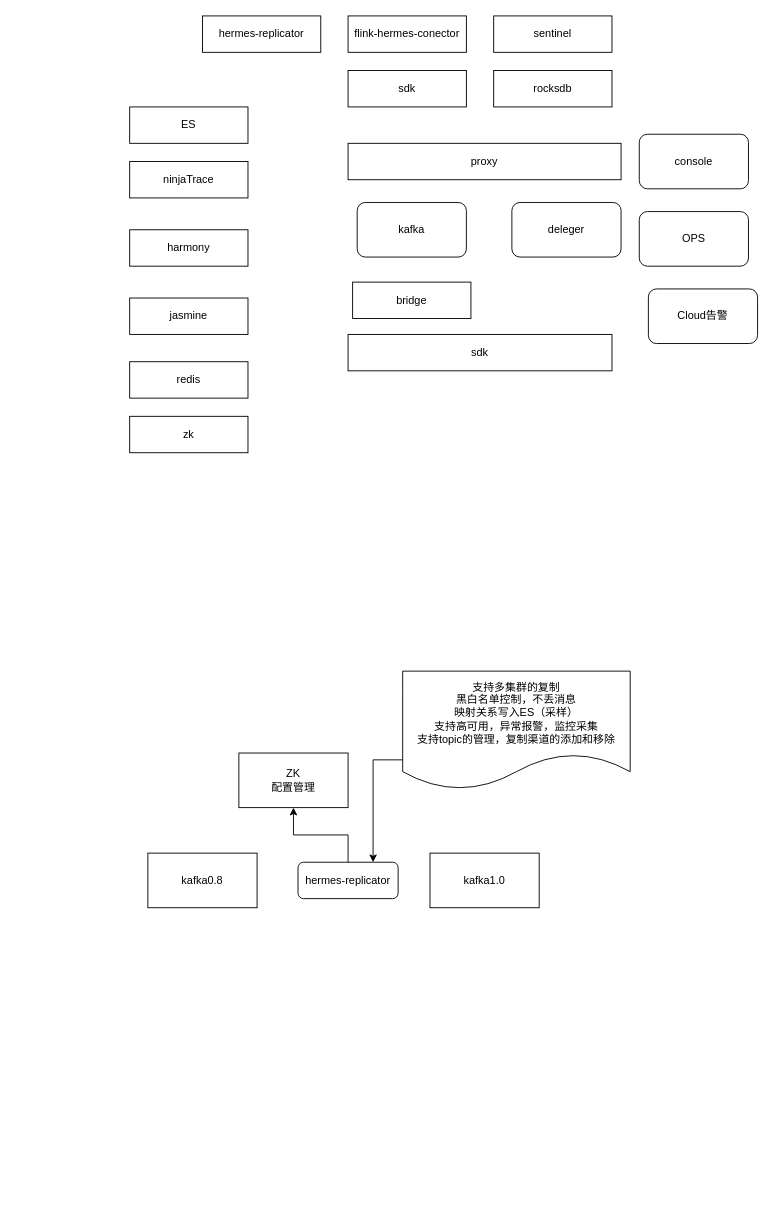
Earlier version of the draw.io diagram hermes.drawio (MihirrajDixit/drawio). Source tidied: cells renumbered, new cells numbered last; positions are measured from the earlier drawing's top-left corner, leaving out a move shared by most shapes. Both pictures are drawn from the tidied source at 91%, with x=0, y=0 at pixel (129, 15).
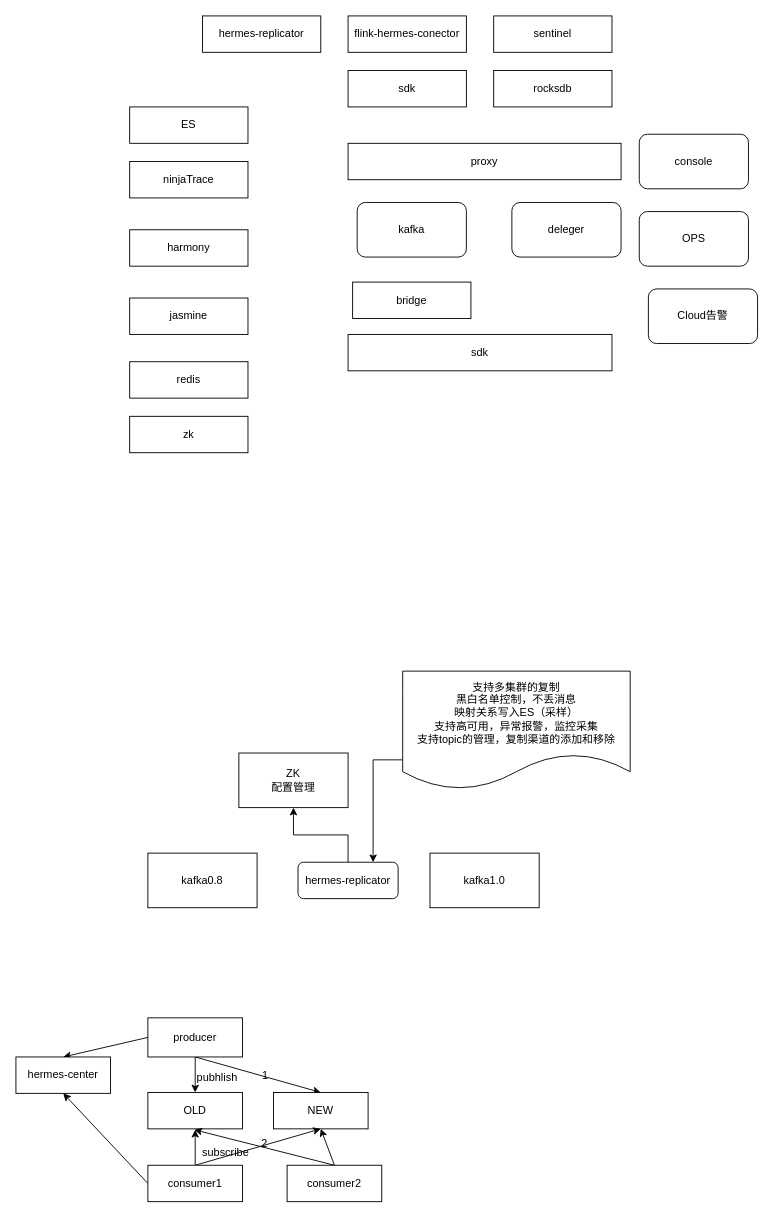
After the change.

Change to the diagram source:
```diff
@@
+    <mxCell id="28" style="edgeStyle=orthogonalEdgeStyle;rounded=0;jettySize=auto;html=1;exitX=0.5;exitY=1;exitDx=0;exitDy=0;entryX=0.5;entryY=0;entryDx=0;entryDy=0;" parent="1" edge="1" source="31" target="32">
+      <mxGeometry relative="1" as="geometry" />
+    </mxCell>
+    <mxCell id="29" style="edgeStyle=none;rounded=0;jettySize=auto;html=1;exitX=0.5;exitY=1;exitDx=0;exitDy=0;entryX=0.5;entryY=0;entryDx=0;entryDy=0;" parent="1" edge="1" source="31" target="33">
+      <mxGeometry relative="1" as="geometry" />
+    </mxCell>
+    <mxCell id="30" style="edgeStyle=none;rounded=0;jettySize=auto;html=1;exitX=0;exitY=0.5;exitDx=0;exitDy=0;entryX=0.5;entryY=0;entryDx=0;entryDy=0;" parent="1" edge="1" source="31" target="45">
+      <mxGeometry relative="1" as="geometry" />
+    </mxCell>
+    <mxCell id="31" value="producer" style="rounded=0;whiteSpace=wrap;html=1;" parent="1" vertex="1">
+      <mxGeometry x="20" y="1101" width="104" height="43" as="geometry" />
+    </mxCell>
+    <mxCell id="32" value="OLD" style="rounded=0;whiteSpace=wrap;html=1;" parent="1" vertex="1">
+      <mxGeometry x="20" y="1183" width="104" height="40" as="geometry" />
+    </mxCell>
+    <mxCell id="33" value="NEW" style="rounded=0;whiteSpace=wrap;html=1;" parent="1" vertex="1">
+      <mxGeometry x="158" y="1183" width="104" height="40" as="geometry" />
+    </mxCell>
+    <mxCell id="34" style="edgeStyle=orthogonalEdgeStyle;rounded=0;jettySize=auto;html=1;exitX=0.5;exitY=0;exitDx=0;exitDy=0;entryX=0.5;entryY=0;entryDx=0;entryDy=0;" parent="1" edge="1" source="37">
+      <mxGeometry relative="1" as="geometry">
+        <mxPoint x="72" y="1224" as="targetPoint" />
+      </mxGeometry>
+    </mxCell>
+    <mxCell id="35" style="edgeStyle=none;rounded=0;jettySize=auto;html=1;exitX=0.5;exitY=0;exitDx=0;exitDy=0;entryX=0.5;entryY=1;entryDx=0;entryDy=0;" parent="1" edge="1" source="37" target="33">
+      <mxGeometry relative="1" as="geometry" />
+    </mxCell>
+    <mxCell id="36" style="edgeStyle=none;rounded=0;jettySize=auto;html=1;exitX=0;exitY=0.5;exitDx=0;exitDy=0;entryX=0.5;entryY=1;entryDx=0;entryDy=0;" parent="1" edge="1" source="37" target="45">
+      <mxGeometry relative="1" as="geometry" />
+    </mxCell>
+    <mxCell id="37" value="consumer1" style="rounded=0;whiteSpace=wrap;html=1;" parent="1" vertex="1">
+      <mxGeometry x="20" y="1263" width="104" height="40" as="geometry" />
+    </mxCell>
+    <mxCell id="38" value="pubhlish" style="text;html=1;align=left;verticalAlign=top;spacingTop=-4;" parent="1" vertex="1">
+      <mxGeometry x="72" y="1156.5" width="55" height="14" as="geometry" />
+    </mxCell>
+    <mxCell id="39" value="subscribe" style="text;html=1;align=left;verticalAlign=top;spacingTop=-4;" parent="1" vertex="1">
+      <mxGeometry x="78" y="1239" width="61" height="14" as="geometry" />
+    </mxCell>
+    <mxCell id="40" value="1" style="text;html=1;align=left;verticalAlign=top;spacingTop=-4;" parent="1" vertex="1">
+      <mxGeometry x="144" y="1155" width="17" height="14" as="geometry" />
+    </mxCell>
+    <mxCell id="41" value="2" style="text;html=1;align=left;verticalAlign=top;spacingTop=-4;" parent="1" vertex="1">
+      <mxGeometry x="143" y="1229" width="17" height="14" as="geometry" />
+    </mxCell>
+    <mxCell id="42" style="edgeStyle=none;rounded=0;jettySize=auto;html=1;exitX=0.5;exitY=0;exitDx=0;exitDy=0;exitPerimeter=0;" parent="1" edge="1" source="44">
+      <mxGeometry relative="1" as="geometry">
+        <mxPoint x="71" y="1224" as="targetPoint" />
+      </mxGeometry>
+    </mxCell>
+    <mxCell id="43" style="edgeStyle=none;rounded=0;jettySize=auto;html=1;exitX=0.5;exitY=0;exitDx=0;exitDy=0;entryX=0.5;entryY=1;entryDx=0;entryDy=0;" parent="1" edge="1" source="44" target="33">
+      <mxGeometry relative="1" as="geometry" />
+    </mxCell>
+    <mxCell id="44" value="consumer2" style="rounded=0;whiteSpace=wrap;html=1;" parent="1" vertex="1">
+      <mxGeometry x="173" y="1263" width="104" height="40" as="geometry" />
+    </mxCell>
+    <mxCell id="45" value="hermes-center" style="rounded=0;whiteSpace=wrap;html=1;" parent="1" vertex="1">
+      <mxGeometry x="-125" y="1144" width="104" height="40" as="geometry" />
+    </mxCell>
```
